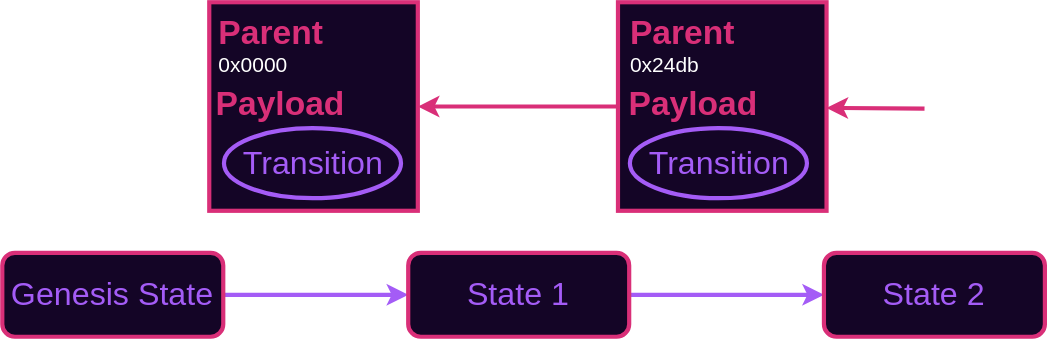
Above: syllabus/3-Blockchain/img/blockchain-with-state-outside.svg in Polkadot-Blockchain-Academy/pba-content (draw.io), before the change. Source tidied: cells renumbered, new cells last; positions are measured from the earlier drawing's top-left corner, leaving out a move shared by most shapes. Source of this version:
```xml
<mxGraphModel>
  <root>
    <mxCell id="0" />
    <mxCell id="1" parent="0" />
    <mxCell id="2" style="edgeStyle=none;rounded=0;jettySize=auto;html=1;entryX=0;entryY=0.5;entryDx=0;entryDy=0;strokeColor=#A45CF6;strokeWidth=3;fontSize=23;fontColor=#A45CF6;" parent="1" edge="1" source="3" target="15">
      <mxGeometry relative="1" as="geometry" />
    </mxCell>
    <mxCell id="3" value="Genesis State" style="rounded=1;whiteSpace=wrap;html=1;strokeColor=#D92F78;strokeWidth=3;fontSize=23;fontColor=#A45CF6;fillColor=#140526;" parent="1" vertex="1">
      <mxGeometry x="0.1" y="179" width="157.9" height="60" as="geometry" />
    </mxCell>
    <mxCell id="4" style="edgeStyle=none;rounded=0;jettySize=auto;html=1;entryX=1;entryY=0.5;entryDx=0;entryDy=0;strokeColor=#D92F78;strokeWidth=3;" parent="1" edge="1" source="5" target="6">
      <mxGeometry relative="1" as="geometry" />
    </mxCell>
    <mxCell id="5" style="whiteSpace=wrap;html=1;strokeColor=#D92F78;strokeWidth=3;fillColor=#140526;" parent="1" vertex="1">
      <mxGeometry x="440" width="149" height="149" as="geometry" />
    </mxCell>
    <mxCell id="6" style="whiteSpace=wrap;html=1;strokeColor=#D92F78;strokeWidth=3;fillColor=#140526;" parent="1" vertex="1">
      <mxGeometry x="148" width="149" height="149" as="geometry" />
    </mxCell>
    <mxCell id="7" value="&lt;h1 style=&quot;line-height: 50%;&quot;&gt;&lt;font color=&quot;#D92F78&quot;&gt;Payload&lt;/font&gt;&lt;/h1&gt;&lt;p&gt;&lt;br&gt;&lt;/p&gt;" style="text;html=1;strokeColor=none;fillColor=none;spacing=5;spacingTop=-20;whiteSpace=wrap;overflow=hidden;rounded=0;strokeWidth=3;" parent="1" vertex="1">
      <mxGeometry x="148" y="61" width="104" height="38" as="geometry" />
    </mxCell>
    <mxCell id="8" value="&lt;h1 style=&quot;line-height: 50%;&quot;&gt;&lt;font color=&quot;#D92F78&quot;&gt;Parent&lt;/font&gt;&lt;/h1&gt;&lt;p style=&quot;line-height: 10%;&quot;&gt;&lt;font style=&quot;font-size: 15px;&quot; color=&quot;#FFFFFF&quot;&gt;0x0000&lt;/font&gt;&lt;br&gt;&lt;/p&gt;" style="text;html=1;strokeColor=none;fillColor=none;spacing=5;spacingTop=-20;whiteSpace=wrap;overflow=hidden;rounded=0;strokeWidth=3;" parent="1" vertex="1">
      <mxGeometry x="150" y="10" width="135" height="49" as="geometry" />
    </mxCell>
    <mxCell id="9" value="&lt;h1 style=&quot;line-height: 50%;&quot;&gt;&lt;font color=&quot;#D92F78&quot;&gt;Parent&lt;/font&gt;&lt;/h1&gt;&lt;p style=&quot;line-height: 10%;&quot;&gt;&lt;font style=&quot;font-size: 15px;&quot; color=&quot;#FFFFFF&quot;&gt;0x24db&lt;/font&gt;&lt;/p&gt;" style="text;html=1;strokeColor=none;fillColor=none;spacing=5;spacingTop=-20;whiteSpace=wrap;overflow=hidden;rounded=0;strokeWidth=3;" parent="1" vertex="1">
      <mxGeometry x="444" y="10" width="135" height="49" as="geometry" />
    </mxCell>
    <mxCell id="10" value="&lt;p style=&quot;line-height: 120%; font-size: 23px;&quot;&gt;&lt;font style=&quot;font-size: 23px;&quot;&gt;Transition&lt;/font&gt;&lt;/p&gt;" style="ellipse;whiteSpace=wrap;html=1;strokeColor=#A45CF6;strokeWidth=3;fontSize=15;fontColor=#A45CF6;fillColor=#140526;" parent="1" vertex="1">
      <mxGeometry x="158.5" y="90" width="126.5" height="50" as="geometry" />
    </mxCell>
    <mxCell id="11" value="&lt;p style=&quot;line-height: 120%; font-size: 23px;&quot;&gt;&lt;font style=&quot;font-size: 23px;&quot;&gt;Transition&lt;/font&gt;&lt;/p&gt;" style="ellipse;whiteSpace=wrap;html=1;strokeColor=#A45CF6;strokeWidth=3;fontSize=15;fontColor=#A45CF6;fillColor=#140526;" parent="1" vertex="1">
      <mxGeometry x="448.5" y="90" width="126.5" height="50" as="geometry" />
    </mxCell>
    <mxCell id="12" value="&lt;h1 style=&quot;line-height: 50%;&quot;&gt;&lt;font color=&quot;#D92F78&quot;&gt;Payload&lt;/font&gt;&lt;/h1&gt;&lt;p&gt;&lt;br&gt;&lt;/p&gt;" style="text;html=1;strokeColor=none;fillColor=none;spacing=5;spacingTop=-20;whiteSpace=wrap;overflow=hidden;rounded=0;strokeWidth=3;" parent="1" vertex="1">
      <mxGeometry x="443" y="61" width="104" height="38" as="geometry" />
    </mxCell>
    <mxCell id="13" style="edgeStyle=none;rounded=0;orthogonalLoop=1;jettySize=auto;html=1;entryX=1;entryY=0.5;entryDx=0;entryDy=0;strokeColor=#D92F78;strokeWidth=3;" parent="1" edge="1">
      <mxGeometry relative="1" as="geometry">
        <mxPoint x="659" y="76" as="sourcePoint" />
        <mxPoint x="589" y="75.5" as="targetPoint" />
      </mxGeometry>
    </mxCell>
    <mxCell id="14" style="edgeStyle=none;rounded=0;jettySize=auto;html=1;entryX=0;entryY=0.5;entryDx=0;entryDy=0;strokeColor=#A45CF6;strokeWidth=3;fontSize=23;fontColor=#A45CF6;" parent="1" edge="1" source="15" target="16">
      <mxGeometry relative="1" as="geometry" />
    </mxCell>
    <mxCell id="15" value="State 1" style="rounded=1;whiteSpace=wrap;html=1;strokeColor=#D92F78;strokeWidth=3;fontSize=23;fontColor=#A45CF6;fillColor=#140526;" parent="1" vertex="1">
      <mxGeometry x="290.1" y="179" width="157.9" height="60" as="geometry" />
    </mxCell>
    <mxCell id="16" value="State 2" style="rounded=1;whiteSpace=wrap;html=1;strokeColor=#D92F78;strokeWidth=3;fontSize=23;fontColor=#A45CF6;fillColor=#140526;" parent="1" vertex="1">
      <mxGeometry x="587.1" y="179" width="157.9" height="60" as="geometry" />
    </mxCell>
  </root>
</mxGraphModel>
```
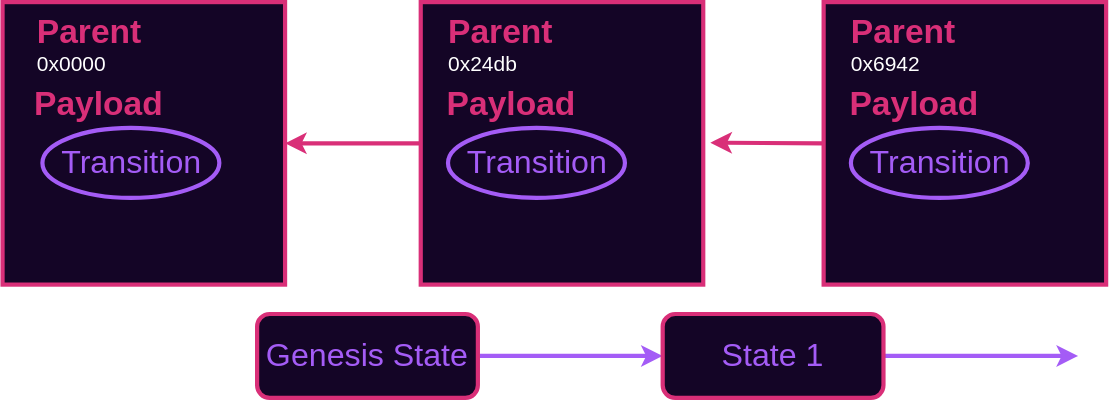
Later version of the same file.

Diff of the diagram source:
```diff
@@ -6,16 +6,16 @@
       <mxGeometry relative="1" as="geometry" />
     </mxCell>
     <mxCell id="3" value="Genesis State" style="rounded=1;whiteSpace=wrap;html=1;strokeColor=#D92F78;strokeWidth=3;fontSize=23;fontColor=#A45CF6;fillColor=#140526;" parent="1" vertex="1">
-      <mxGeometry x="0.1" y="179" width="157.9" height="60" as="geometry" />
+      <mxGeometry x="312" y="223" width="157.9" height="60" as="geometry" />
     </mxCell>
     <mxCell id="4" style="edgeStyle=none;rounded=0;jettySize=auto;html=1;entryX=1;entryY=0.5;entryDx=0;entryDy=0;strokeColor=#D92F78;strokeWidth=3;" parent="1" edge="1" source="5" target="6">
       <mxGeometry relative="1" as="geometry" />
     </mxCell>
     <mxCell id="5" style="whiteSpace=wrap;html=1;strokeColor=#D92F78;strokeWidth=3;fillColor=#140526;" parent="1" vertex="1">
-      <mxGeometry x="440" width="149" height="149" as="geometry" />
+      <mxGeometry x="429" width="202" height="202" as="geometry" />
     </mxCell>
     <mxCell id="6" style="whiteSpace=wrap;html=1;strokeColor=#D92F78;strokeWidth=3;fillColor=#140526;" parent="1" vertex="1">
-      <mxGeometry x="148" width="149" height="149" as="geometry" />
+      <mxGeometry x="130" width="202" height="202" as="geometry" />
     </mxCell>
     <mxCell id="7" value="&lt;h1 style=&quot;line-height: 50%;&quot;&gt;&lt;font color=&quot;#D92F78&quot;&gt;Payload&lt;/font&gt;&lt;/h1&gt;&lt;p&gt;&lt;br&gt;&lt;/p&gt;" style="text;html=1;strokeColor=none;fillColor=none;spacing=5;spacingTop=-20;whiteSpace=wrap;overflow=hidden;rounded=0;strokeWidth=3;" parent="1" vertex="1">
       <mxGeometry x="148" y="61" width="104" height="38" as="geometry" />
@@ -35,20 +35,30 @@
     <mxCell id="12" value="&lt;h1 style=&quot;line-height: 50%;&quot;&gt;&lt;font color=&quot;#D92F78&quot;&gt;Payload&lt;/font&gt;&lt;/h1&gt;&lt;p&gt;&lt;br&gt;&lt;/p&gt;" style="text;html=1;strokeColor=none;fillColor=none;spacing=5;spacingTop=-20;whiteSpace=wrap;overflow=hidden;rounded=0;strokeWidth=3;" parent="1" vertex="1">
       <mxGeometry x="443" y="61" width="104" height="38" as="geometry" />
     </mxCell>
-    <mxCell id="13" style="edgeStyle=none;rounded=0;orthogonalLoop=1;jettySize=auto;html=1;entryX=1;entryY=0.5;entryDx=0;entryDy=0;strokeColor=#D92F78;strokeWidth=3;" parent="1" edge="1">
+    <mxCell id="13" style="edgeStyle=none;rounded=0;jettySize=auto;html=1;entryX=1;entryY=0.5;entryDx=0;entryDy=0;strokeColor=#D92F78;strokeWidth=3;exitX=0;exitY=0.5;exitDx=0;exitDy=0;" parent="1" edge="1" source="16">
       <mxGeometry relative="1" as="geometry">
-        <mxPoint x="659" y="76" as="sourcePoint" />
-        <mxPoint x="589" y="75.5" as="targetPoint" />
+        <mxPoint x="636.1" y="100.5" as="targetPoint" />
       </mxGeometry>
     </mxCell>
-    <mxCell id="14" style="edgeStyle=none;rounded=0;jettySize=auto;html=1;entryX=0;entryY=0.5;entryDx=0;entryDy=0;strokeColor=#A45CF6;strokeWidth=3;fontSize=23;fontColor=#A45CF6;" parent="1" edge="1" source="15" target="16">
-      <mxGeometry relative="1" as="geometry" />
+    <mxCell id="14" style="edgeStyle=none;rounded=0;jettySize=auto;html=1;entryX=0;entryY=0.5;entryDx=0;entryDy=0;strokeColor=#A45CF6;strokeWidth=3;fontSize=23;fontColor=#A45CF6;" parent="1" edge="1" source="15">
+      <mxGeometry relative="1" as="geometry">
+        <mxPoint x="899" y="253" as="targetPoint" />
+      </mxGeometry>
     </mxCell>
     <mxCell id="15" value="State 1" style="rounded=1;whiteSpace=wrap;html=1;strokeColor=#D92F78;strokeWidth=3;fontSize=23;fontColor=#A45CF6;fillColor=#140526;" parent="1" vertex="1">
-      <mxGeometry x="290.1" y="179" width="157.9" height="60" as="geometry" />
+      <mxGeometry x="602" y="223" width="157.9" height="60" as="geometry" />
     </mxCell>
-    <mxCell id="16" value="State 2" style="rounded=1;whiteSpace=wrap;html=1;strokeColor=#D92F78;strokeWidth=3;fontSize=23;fontColor=#A45CF6;fillColor=#140526;" parent="1" vertex="1">
-      <mxGeometry x="587.1" y="179" width="157.9" height="60" as="geometry" />
+    <mxCell id="16" style="whiteSpace=wrap;html=1;strokeColor=#D92F78;strokeWidth=3;fillColor=#140526;" parent="1" vertex="1">
+      <mxGeometry x="717.1" width="202" height="202" as="geometry" />
     </mxCell>
+    <mxCell id="17" value="&lt;h1 style=&quot;line-height: 50%;&quot;&gt;&lt;font color=&quot;#D92F78&quot;&gt;Parent&lt;/font&gt;&lt;/h1&gt;&lt;p style=&quot;line-height: 10%;&quot;&gt;&lt;font style=&quot;font-size: 15px;&quot; color=&quot;#FFFFFF&quot;&gt;0x6942&lt;/font&gt;&lt;/p&gt;" style="text;html=1;strokeColor=none;fillColor=none;spacing=5;spacingTop=-20;whiteSpace=wrap;overflow=hidden;rounded=0;strokeWidth=3;" parent="1" vertex="1">
+      <mxGeometry x="732.1" y="10" width="135" height="49" as="geometry" />
+    </mxCell>
+    <mxCell id="18" value="&lt;p style=&quot;line-height: 120%; font-size: 23px;&quot;&gt;&lt;font style=&quot;font-size: 23px;&quot;&gt;Transition&lt;/font&gt;&lt;/p&gt;" style="ellipse;whiteSpace=wrap;html=1;strokeColor=#A45CF6;strokeWidth=3;fontSize=15;fontColor=#A45CF6;fillColor=#140526;" parent="1" vertex="1">
+      <mxGeometry x="736.6" y="90" width="126.5" height="50" as="geometry" />
+    </mxCell>
+    <mxCell id="19" value="&lt;h1 style=&quot;line-height: 50%;&quot;&gt;&lt;font color=&quot;#D92F78&quot;&gt;Payload&lt;/font&gt;&lt;/h1&gt;&lt;p&gt;&lt;br&gt;&lt;/p&gt;" style="text;html=1;strokeColor=none;fillColor=none;spacing=5;spacingTop=-20;whiteSpace=wrap;overflow=hidden;rounded=0;strokeWidth=3;" parent="1" vertex="1">
+      <mxGeometry x="731.1" y="61" width="104" height="38" as="geometry" />
+    </mxCell>
   </root>
 </mxGraphModel>
```
